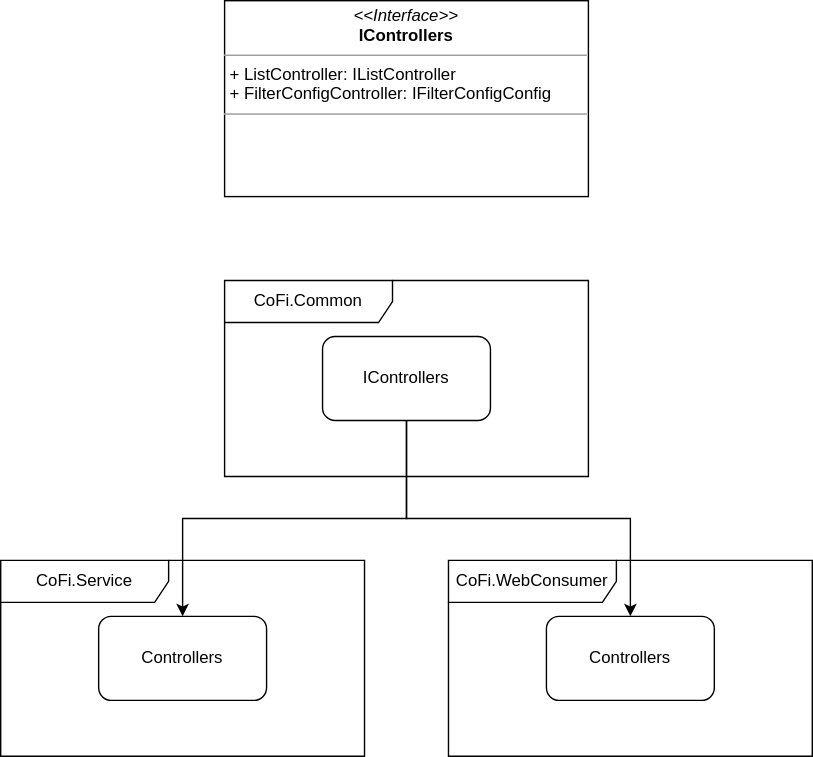
feifel/notion keeps this draw.io diagram as Diagrams/AnaSys/CoFi/CoFi.Controller.Dependencies.svg. Above is the earlier version. Source tidied: cells renumbered, new cells last; positions are measured from the earlier drawing's top-left corner, leaving out a move shared by most shapes. The source it was exported from:
```xml
<mxGraphModel>
  <root>
    <mxCell id="0" />
    <mxCell id="1" parent="0" />
    <mxCell id="2" value="CoFi.Common" style="shape=umlFrame;whiteSpace=wrap;html=1;width=120;height=30;" parent="1" vertex="1">
      <mxGeometry x="160" y="200" width="260" height="140" as="geometry" />
    </mxCell>
    <mxCell id="3" value="CoFi.WebConsumer" style="shape=umlFrame;whiteSpace=wrap;html=1;width=120;height=30;" parent="1" vertex="1">
      <mxGeometry x="320" y="400" width="260" height="140" as="geometry" />
    </mxCell>
    <mxCell id="4" value="CoFi.Service" style="shape=umlFrame;whiteSpace=wrap;html=1;width=120;height=30;" parent="1" vertex="1">
      <mxGeometry y="400" width="260" height="140" as="geometry" />
    </mxCell>
    <mxCell id="5" style="edgeStyle=orthogonalEdgeStyle;rounded=0;jettySize=auto;html=1;exitX=0.5;exitY=1;exitDx=0;exitDy=0;" parent="1" edge="1" source="7" target="9">
      <mxGeometry relative="1" as="geometry" />
    </mxCell>
    <mxCell id="6" style="edgeStyle=orthogonalEdgeStyle;rounded=0;jettySize=auto;html=1;exitX=0.5;exitY=1;exitDx=0;exitDy=0;entryX=0.5;entryY=0;entryDx=0;entryDy=0;" parent="1" edge="1" source="7" target="8">
      <mxGeometry relative="1" as="geometry" />
    </mxCell>
    <mxCell id="7" value="IControllers" style="rounded=1;whiteSpace=wrap;html=1;" parent="1" vertex="1">
      <mxGeometry x="230" y="240" width="120" height="60" as="geometry" />
    </mxCell>
    <mxCell id="8" value="Controllers" style="rounded=1;whiteSpace=wrap;html=1;" parent="1" vertex="1">
      <mxGeometry x="70" y="440" width="120" height="60" as="geometry" />
    </mxCell>
    <mxCell id="9" value="Controllers" style="rounded=1;whiteSpace=wrap;html=1;" parent="1" vertex="1">
      <mxGeometry x="390" y="440" width="120" height="60" as="geometry" />
    </mxCell>
    <mxCell id="10" value="&lt;p style=&quot;margin: 0px ; margin-top: 4px ; text-align: center&quot;&gt;&lt;i&gt;&amp;lt;&amp;lt;Interface&amp;gt;&amp;gt;&lt;/i&gt;&lt;br&gt;&lt;b&gt;IControllers&lt;/b&gt;&lt;/p&gt;&lt;hr size=&quot;1&quot;&gt;&lt;p style=&quot;margin: 0px ; margin-left: 4px&quot;&gt;+ ListController: IListController&lt;br&gt;+ FilterConfigController: IFilterConfigConfig&lt;/p&gt;&lt;hr size=&quot;1&quot;&gt;&lt;p style=&quot;margin: 0px ; margin-left: 4px&quot;&gt;&lt;br&gt;&lt;/p&gt;" style="verticalAlign=top;align=left;overflow=fill;fontSize=12;fontFamily=Helvetica;html=1;" parent="1" vertex="1">
      <mxGeometry x="160" width="260" height="140" as="geometry" />
    </mxCell>
  </root>
</mxGraphModel>
```
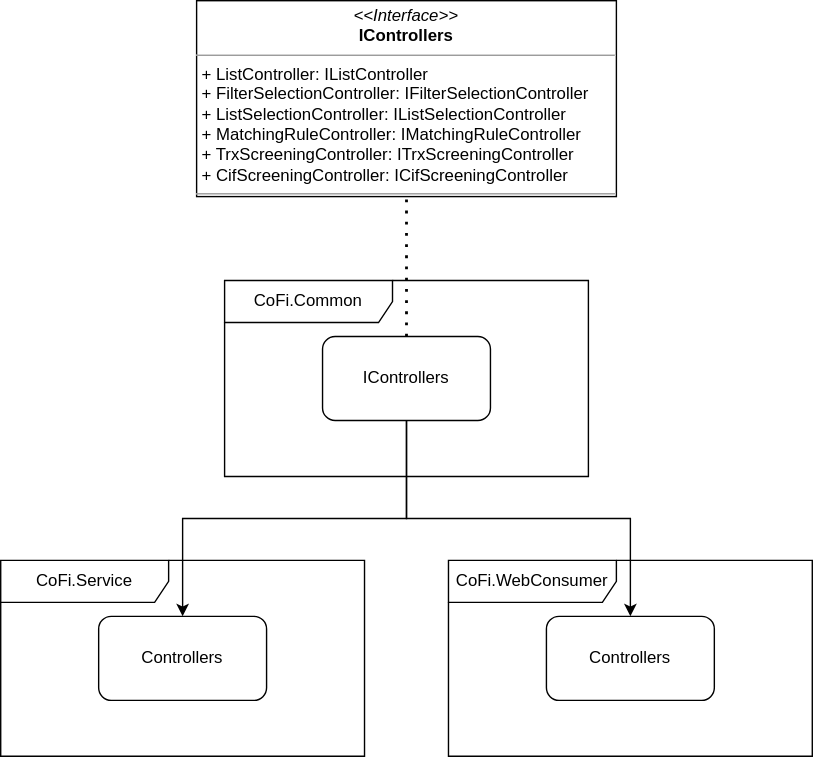
After the commit.

The edit, as a diff of the source:
```diff
@@ -26,8 +26,11 @@
     <mxCell id="9" value="Controllers" style="rounded=1;whiteSpace=wrap;html=1;" parent="1" vertex="1">
       <mxGeometry x="390" y="440" width="120" height="60" as="geometry" />
     </mxCell>
-    <mxCell id="10" value="&lt;p style=&quot;margin: 0px ; margin-top: 4px ; text-align: center&quot;&gt;&lt;i&gt;&amp;lt;&amp;lt;Interface&amp;gt;&amp;gt;&lt;/i&gt;&lt;br&gt;&lt;b&gt;IControllers&lt;/b&gt;&lt;/p&gt;&lt;hr size=&quot;1&quot;&gt;&lt;p style=&quot;margin: 0px ; margin-left: 4px&quot;&gt;+ ListController: IListController&lt;br&gt;+ FilterConfigController: IFilterConfigConfig&lt;/p&gt;&lt;hr size=&quot;1&quot;&gt;&lt;p style=&quot;margin: 0px ; margin-left: 4px&quot;&gt;&lt;br&gt;&lt;/p&gt;" style="verticalAlign=top;align=left;overflow=fill;fontSize=12;fontFamily=Helvetica;html=1;" parent="1" vertex="1">
-      <mxGeometry x="160" width="260" height="140" as="geometry" />
+    <mxCell id="10" value="&lt;p style=&quot;margin: 0px ; margin-top: 4px ; text-align: center&quot;&gt;&lt;i&gt;&amp;lt;&amp;lt;Interface&amp;gt;&amp;gt;&lt;/i&gt;&lt;br&gt;&lt;b&gt;IControllers&lt;/b&gt;&lt;/p&gt;&lt;hr size=&quot;1&quot;&gt;&lt;p style=&quot;margin: 0px ; margin-left: 4px&quot;&gt;+ ListController: IListController&lt;br&gt;+ FilterSelectionController: IFilterSelectionController&lt;/p&gt;&lt;p style=&quot;margin: 0px ; margin-left: 4px&quot;&gt;+ ListSelectionController: IListSelectionController&lt;/p&gt;&lt;p style=&quot;margin: 0px ; margin-left: 4px&quot;&gt;+ MatchingRuleController: IMatchingRuleController&lt;/p&gt;&lt;p style=&quot;margin: 0px ; margin-left: 4px&quot;&gt;+ TrxScreeningController: ITrxScreeningController&lt;/p&gt;&lt;p style=&quot;margin: 0px ; margin-left: 4px&quot;&gt;+ CifScreeningController: ICifScreeningController&lt;br&gt;&lt;/p&gt;&lt;hr size=&quot;1&quot;&gt;&lt;p style=&quot;margin: 0px ; margin-left: 4px&quot;&gt;&lt;br&gt;&lt;/p&gt;" style="verticalAlign=top;align=left;overflow=fill;fontSize=12;fontFamily=Helvetica;html=1;" parent="1" vertex="1">
+      <mxGeometry x="140" width="300" height="140" as="geometry" />
     </mxCell>
+    <mxCell id="11" style="endArrow=none;dashed=1;html=1;dashPattern=1 3;strokeWidth=2;entryX=0.5;entryY=1;entryDx=0;entryDy=0;exitX=0.5;exitY=0;exitDx=0;exitDy=0;" parent="1" edge="1" source="7" target="10">
+      <mxGeometry relative="1" as="geometry" />
+    </mxCell>
   </root>
 </mxGraphModel>
```
